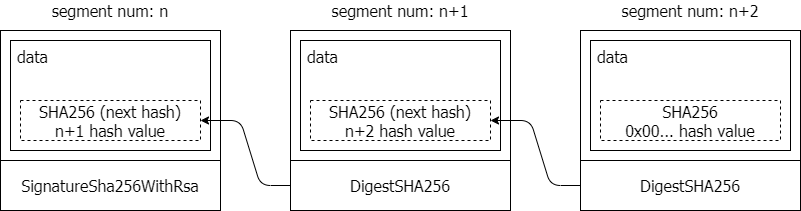
The draw.io diagram img/acm21-hash02.png in uni2u/difs, before a commit. Source tidied: cells renumbered, new cells last; positions are measured from the earlier drawing's top-left corner, leaving out a move shared by most shapes.
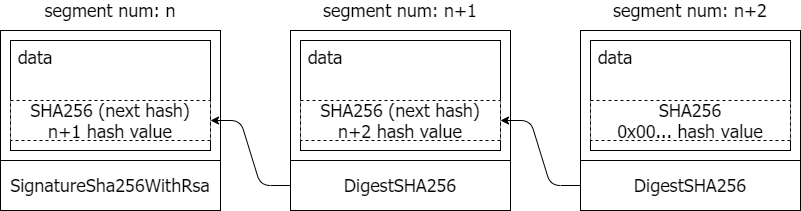
After the change.

The edit, as a diff of the source:
```diff
@@ -5,37 +5,37 @@
     <mxCell id="2" style="rounded=0;whiteSpace=wrap;html=1;fontFamily=Tahoma;fontSize=16;" parent="1" vertex="1">
       <mxGeometry y="30" width="220" height="130" as="geometry" />
     </mxCell>
-    <mxCell id="3" value="&amp;nbsp;data" style="rounded=0;whiteSpace=wrap;html=1;fontFamily=Tahoma;fontSize=16;align=left;verticalAlign=top;" parent="1" vertex="1">
+    <mxCell id="3" value="&amp;nbsp;data" style="rounded=0;whiteSpace=wrap;html=1;fontFamily=Tahoma;fontSize=18;align=left;verticalAlign=top;" parent="1" vertex="1">
       <mxGeometry x="10" y="40" width="200" height="110" as="geometry" />
     </mxCell>
-    <mxCell id="4" value="SHA256 (next hash)&lt;br style=&quot;font-size: 16px&quot;&gt;n+1 hash value" style="rounded=0;whiteSpace=wrap;html=1;fontFamily=Tahoma;fontSize=16;align=center;dashed=1;" parent="1" vertex="1">
-      <mxGeometry x="20" y="100" width="180" height="40" as="geometry" />
+    <mxCell id="4" value="SHA256 (next hash)&lt;br style=&quot;font-size: 18px;&quot;&gt;n+1 hash value" style="rounded=0;whiteSpace=wrap;html=1;fontFamily=Tahoma;fontSize=18;align=center;dashed=1;" parent="1" vertex="1">
+      <mxGeometry x="10" y="100" width="200" height="40" as="geometry" />
     </mxCell>
-    <mxCell id="5" value="&lt;span style=&quot;text-align: left&quot;&gt;SignatureSha256WithRsa&lt;/span&gt;" style="rounded=0;whiteSpace=wrap;html=1;fontFamily=Tahoma;fontSize=16;" parent="1" vertex="1">
+    <mxCell id="5" value="&lt;span style=&quot;text-align: left; font-size: 18px;&quot;&gt;SignatureSha256WithRsa&lt;/span&gt;" style="rounded=0;whiteSpace=wrap;html=1;fontFamily=Tahoma;fontSize=18;" parent="1" vertex="1">
       <mxGeometry y="160" width="220" height="50" as="geometry" />
     </mxCell>
     <mxCell id="6" style="rounded=0;whiteSpace=wrap;html=1;fontFamily=Tahoma;fontSize=16;" parent="1" vertex="1">
       <mxGeometry x="290" y="30" width="220" height="130" as="geometry" />
     </mxCell>
-    <mxCell id="7" value="&amp;nbsp;data" style="rounded=0;whiteSpace=wrap;html=1;fontFamily=Tahoma;fontSize=16;align=left;verticalAlign=top;" parent="1" vertex="1">
+    <mxCell id="7" value="&amp;nbsp;data" style="rounded=0;whiteSpace=wrap;html=1;fontFamily=Tahoma;fontSize=18;align=left;verticalAlign=top;" parent="1" vertex="1">
       <mxGeometry x="300" y="40" width="200" height="110" as="geometry" />
     </mxCell>
-    <mxCell id="8" value="SHA256 (next hash)&lt;br style=&quot;font-size: 16px;&quot;&gt;n+2 hash value" style="rounded=0;whiteSpace=wrap;html=1;fontFamily=Tahoma;fontSize=16;align=center;dashed=1;" parent="1" vertex="1">
-      <mxGeometry x="310" y="100" width="180" height="40" as="geometry" />
+    <mxCell id="8" value="SHA256 (next hash)&lt;br style=&quot;font-size: 18px;&quot;&gt;n+2 hash value" style="rounded=0;whiteSpace=wrap;html=1;fontFamily=Tahoma;fontSize=18;align=center;dashed=1;" parent="1" vertex="1">
+      <mxGeometry x="300" y="100" width="200" height="40" as="geometry" />
     </mxCell>
-    <mxCell id="9" value="&lt;span style=&quot;text-align: left&quot;&gt;DigestSHA256&lt;/span&gt;" style="rounded=0;whiteSpace=wrap;html=1;fontFamily=Tahoma;fontSize=16;" parent="1" vertex="1">
+    <mxCell id="9" value="&lt;span style=&quot;text-align: left; font-size: 18px;&quot;&gt;DigestSHA256&lt;/span&gt;" style="rounded=0;whiteSpace=wrap;html=1;fontFamily=Tahoma;fontSize=18;" parent="1" vertex="1">
       <mxGeometry x="290" y="160" width="220" height="50" as="geometry" />
     </mxCell>
     <mxCell id="10" style="rounded=0;whiteSpace=wrap;html=1;fontFamily=Tahoma;fontSize=16;" parent="1" vertex="1">
       <mxGeometry x="580" y="30" width="220" height="130" as="geometry" />
     </mxCell>
-    <mxCell id="11" value="&amp;nbsp;data" style="rounded=0;whiteSpace=wrap;html=1;fontFamily=Tahoma;fontSize=16;align=left;verticalAlign=top;" parent="1" vertex="1">
+    <mxCell id="11" value="&amp;nbsp;data" style="rounded=0;whiteSpace=wrap;html=1;fontFamily=Tahoma;fontSize=18;align=left;verticalAlign=top;" parent="1" vertex="1">
       <mxGeometry x="590" y="40" width="200" height="110" as="geometry" />
     </mxCell>
-    <mxCell id="12" value="SHA256&lt;br style=&quot;font-size: 16px;&quot;&gt;0x00... hash value" style="rounded=0;whiteSpace=wrap;html=1;fontFamily=Tahoma;fontSize=16;align=center;dashed=1;" parent="1" vertex="1">
-      <mxGeometry x="600" y="100" width="180" height="40" as="geometry" />
+    <mxCell id="12" value="SHA256&lt;br style=&quot;font-size: 18px;&quot;&gt;0x00... hash value" style="rounded=0;whiteSpace=wrap;html=1;fontFamily=Tahoma;fontSize=18;align=center;dashed=1;" parent="1" vertex="1">
+      <mxGeometry x="590" y="100" width="200" height="40" as="geometry" />
     </mxCell>
-    <mxCell id="13" value="&lt;span style=&quot;text-align: left&quot;&gt;DigestSHA256&lt;/span&gt;" style="rounded=0;whiteSpace=wrap;html=1;fontFamily=Tahoma;fontSize=16;" parent="1" vertex="1">
+    <mxCell id="13" value="&lt;span style=&quot;text-align: left; font-size: 18px;&quot;&gt;DigestSHA256&lt;/span&gt;" style="rounded=0;whiteSpace=wrap;html=1;fontFamily=Tahoma;fontSize=18;" parent="1" vertex="1">
       <mxGeometry x="580" y="160" width="220" height="50" as="geometry" />
     </mxCell>
     <mxCell id="14" style="endArrow=classic;html=1;fontFamily=Tahoma;fontSize=14;entryX=1;entryY=0.5;entryDx=0;entryDy=0;exitX=0;exitY=0.5;exitDx=0;exitDy=0;" parent="1" edge="1" source="9" target="4">
@@ -54,13 +54,13 @@
         </Array>
       </mxGeometry>
     </mxCell>
-    <mxCell id="16" value="segment num: n" style="text;html=1;strokeColor=none;fillColor=none;align=center;verticalAlign=middle;whiteSpace=wrap;rounded=0;dashed=1;fontFamily=Tahoma;fontSize=16;" parent="1" vertex="1">
+    <mxCell id="16" value="segment num: n" style="text;html=1;strokeColor=none;fillColor=none;align=center;verticalAlign=middle;whiteSpace=wrap;rounded=0;dashed=1;fontFamily=Tahoma;fontSize=18;" parent="1" vertex="1">
       <mxGeometry width="220" height="20" as="geometry" />
     </mxCell>
-    <mxCell id="17" value="segment num: n+1" style="text;html=1;strokeColor=none;fillColor=none;align=center;verticalAlign=middle;whiteSpace=wrap;rounded=0;dashed=1;fontFamily=Tahoma;fontSize=16;" parent="1" vertex="1">
+    <mxCell id="17" value="segment num: n+1" style="text;html=1;strokeColor=none;fillColor=none;align=center;verticalAlign=middle;whiteSpace=wrap;rounded=0;dashed=1;fontFamily=Tahoma;fontSize=18;" parent="1" vertex="1">
       <mxGeometry x="290" width="220" height="20" as="geometry" />
     </mxCell>
-    <mxCell id="18" value="segment num: n+2" style="text;html=1;strokeColor=none;fillColor=none;align=center;verticalAlign=middle;whiteSpace=wrap;rounded=0;dashed=1;fontFamily=Tahoma;fontSize=16;" parent="1" vertex="1">
+    <mxCell id="18" value="segment num: n+2" style="text;html=1;strokeColor=none;fillColor=none;align=center;verticalAlign=middle;whiteSpace=wrap;rounded=0;dashed=1;fontFamily=Tahoma;fontSize=18;" parent="1" vertex="1">
       <mxGeometry x="580" width="220" height="20" as="geometry" />
     </mxCell>
   </root>
```
